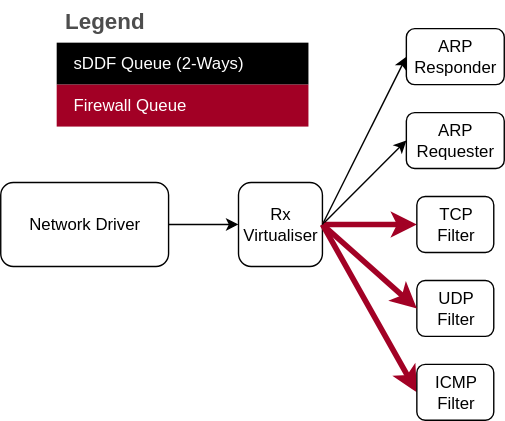
Earlier version of the draw.io export static/firewall_net_components.svg (au-ts/lionsos.org). Source tidied: cells renumbered, new cells last; positions are measured from the earlier drawing's top-left corner, leaving out a move shared by most shapes.
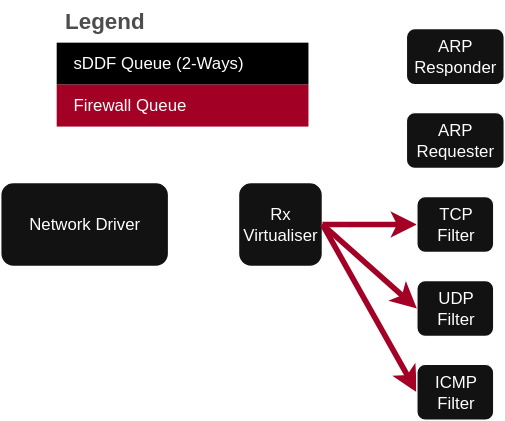
The same diagram one commit later.

Commit message:
Fix light/dark mode of firewall images & arrow direction

Diff of the diagram source:
```diff
@@ -14,7 +14,7 @@
     <mxCell id="5" value="&lt;div&gt;ARP&lt;/div&gt;&lt;div&gt;Requester&lt;/div&gt;" style="rounded=1;whiteSpace=wrap;html=1;" parent="1" vertex="1">
       <mxGeometry x="290" y="80" width="70" height="40" as="geometry" />
     </mxCell>
-    <mxCell id="6" style="endArrow=classic;html=1;rounded=0;exitX=1;exitY=0.5;exitDx=0;exitDy=0;entryX=0;entryY=0.5;entryDx=0;entryDy=0;" parent="1" edge="1" source="2" target="5">
+    <mxCell id="6" style="endArrow=classic;html=1;rounded=0;exitX=1;exitY=0.25;exitDx=0;exitDy=0;entryX=0;entryY=0.5;entryDx=0;entryDy=0;startArrow=classic;startFill=1;" parent="1" edge="1" source="2" target="5">
       <mxGeometry relative="1" as="geometry" />
     </mxCell>
     <mxCell id="7" value="&lt;div&gt;ICMP&lt;/div&gt;&lt;div&gt;Filter&lt;/div&gt;" style="rounded=1;whiteSpace=wrap;html=1;" parent="1" vertex="1">
@@ -32,7 +32,7 @@
     <mxCell id="11" value="&lt;div&gt;Network Driver&lt;/div&gt;" style="rounded=1;whiteSpace=wrap;html=1;" parent="1" vertex="1">
       <mxGeometry y="130" width="120" height="60" as="geometry" />
     </mxCell>
-    <mxCell id="12" style="endArrow=classic;html=1;rounded=0;exitX=1;exitY=0.5;exitDx=0;exitDy=0;entryX=0;entryY=0.5;entryDx=0;entryDy=0;" parent="1" edge="1" source="11" target="2">
+    <mxCell id="12" style="endArrow=classic;html=1;rounded=0;exitX=1;exitY=0.5;exitDx=0;exitDy=0;entryX=0;entryY=0.5;entryDx=0;entryDy=0;startArrow=classic;startFill=1;" parent="1" edge="1" source="11" target="2">
       <mxGeometry relative="1" as="geometry" />
     </mxCell>
     <mxCell id="13" value="Legend" style="shape=table;startSize=30;fontSize=16;align=left;verticalAlign=top;fillColor=none;strokeColor=none;fontColor=#4D4D4D;fontStyle=1;spacingLeft=6;spacing=0;" parent="1" vertex="1">
@@ -47,10 +47,8 @@
     <mxCell id="16" value="&lt;div&gt;ARP&lt;/div&gt;&lt;div&gt;Responder&lt;/div&gt;" style="rounded=1;whiteSpace=wrap;html=1;" parent="1" vertex="1">
       <mxGeometry x="290" y="20" width="70" height="40" as="geometry" />
     </mxCell>
-    <mxCell id="17" style="endArrow=classic;html=1;rounded=0;exitX=1;exitY=0.5;exitDx=0;exitDy=0;entryX=0;entryY=0.5;entryDx=0;entryDy=0;" parent="1" edge="1" target="16">
-      <mxGeometry relative="1" as="geometry">
-        <mxPoint x="230" y="160" as="sourcePoint" />
-      </mxGeometry>
+    <mxCell id="17" style="endArrow=classic;html=1;rounded=0;exitX=1;exitY=0.25;exitDx=0;exitDy=0;entryX=0;entryY=0.5;entryDx=0;entryDy=0;startArrow=classic;startFill=1;" parent="1" edge="1" source="2" target="16">
+      <mxGeometry relative="1" as="geometry" />
     </mxCell>
     <mxCell id="18" value="Firewall Queue" style="shape=partialRectangle;html=1;whiteSpace=wrap;strokeColor=#6F0000;overflow=hidden;fillColor=#a20025;top=0;left=0;bottom=0;right=0;fontSize=12;align=left;fontColor=#ffffff;spacingLeft=10;spacingRight=4;" parent="1" vertex="1">
       <mxGeometry x="40" y="60" width="180" height="30" as="geometry" />
```
